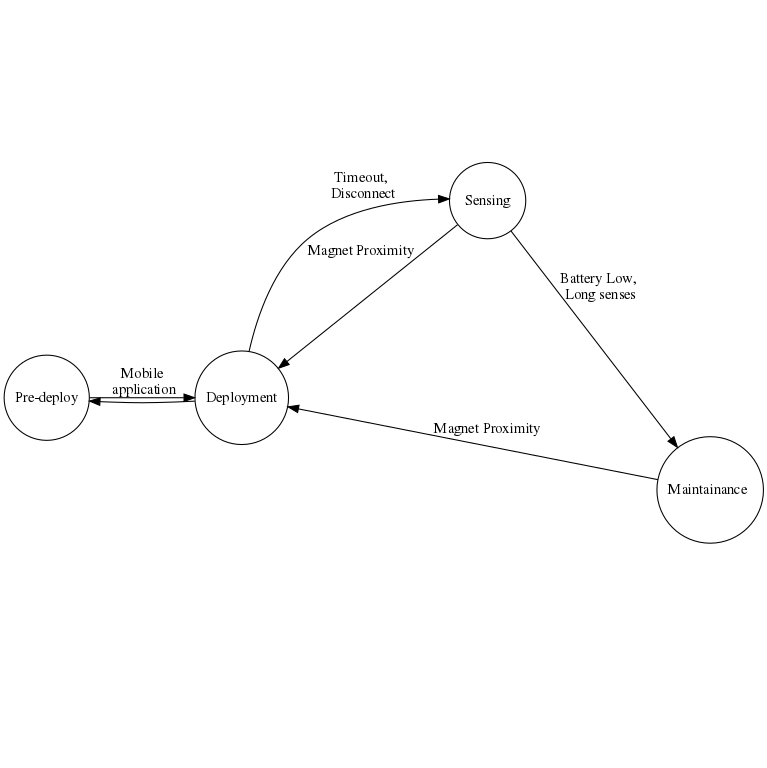
Earlier version of the Graphviz export application/lrf_node/doc/app_flow.png (Appiko/nrf5x-firmware). Its source is kept beside it as application/lrf_node/doc/app_flow.dot.
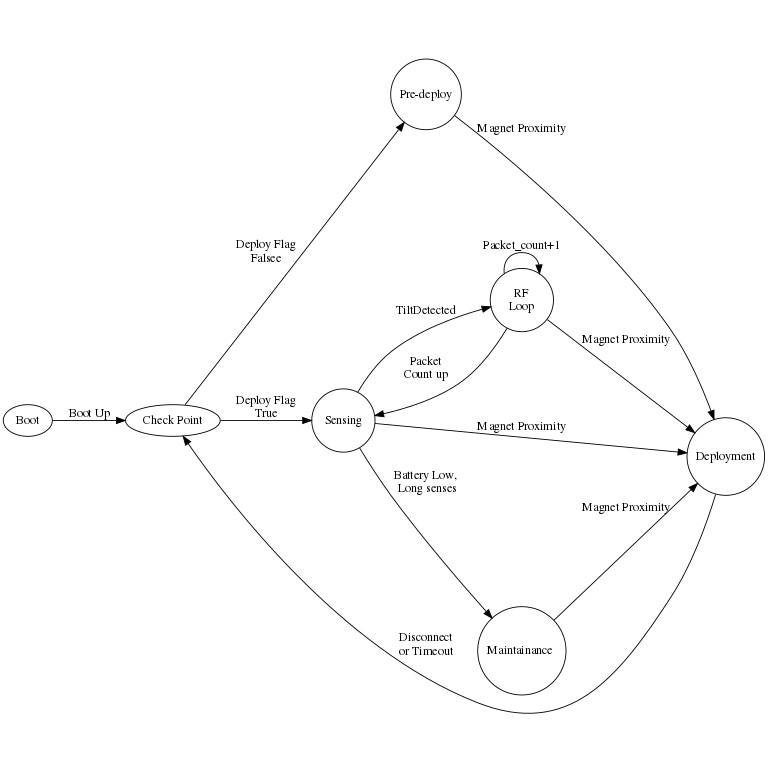
After the commit.

Change to the diagram source:
```diff
@@ -1,17 +1,31 @@
-digraph Sense_Pi_app_flow {
+digraph lrf_node_app_flow {
   rankdir = "LR";
   ratio = "fill";
   size = "8,8";
-  boot [shape = circle, width = 1.0, label = "Pre-deploy"]
+  boot [label = "Boot"];
+  cp [label = "Check Point"];
+  lp [shape = circle, width = 1.0, label = "RF\nLoop"];
+  p_dp [shape = circle, width = 1.0, label = "Pre-deploy"];
   sense [ shape = circle, width = 1.0, label = "Sensing"];
   dply [shape = circle, width = 1.0, label = "Deployment"];
   mntn [shape = circle, width = 1.0, label = "Maintainance "];
-  boot -> dply [label = "Mobile\n application"]
-  dply -> boot [label = ""]
+  boot -> cp [label = "Boot Up"];
+
+  cp -> sense [label = "Deploy Flag\nTrue"];
+  cp -> p_dp [label = "Deploy Flag\nFalsee"];
+
+  dply -> cp [label = "Disconnect\nor Timeout"];
+
+  p_dp -> dply [label = "Magnet Proximity"];
   mntn  -> dply[label = "Magnet Proximity"];
   sense -> dply[label = "Magnet Proximity"];
+  lp -> dply[label = "Magnet Proximity"];
+  sense -> lp [label = "Tilt\Detected"];
+  lp -> sense [label = "Packet\nCount up"];
+
+  lp -> lp [label = "Packet_count+1"]
+
   sense   -> mntn [label = "Battery Low,\n Long senses"];
-  dply   -> sense[label = "Timeout,\n Disconnect"];
  }
 
 
```
